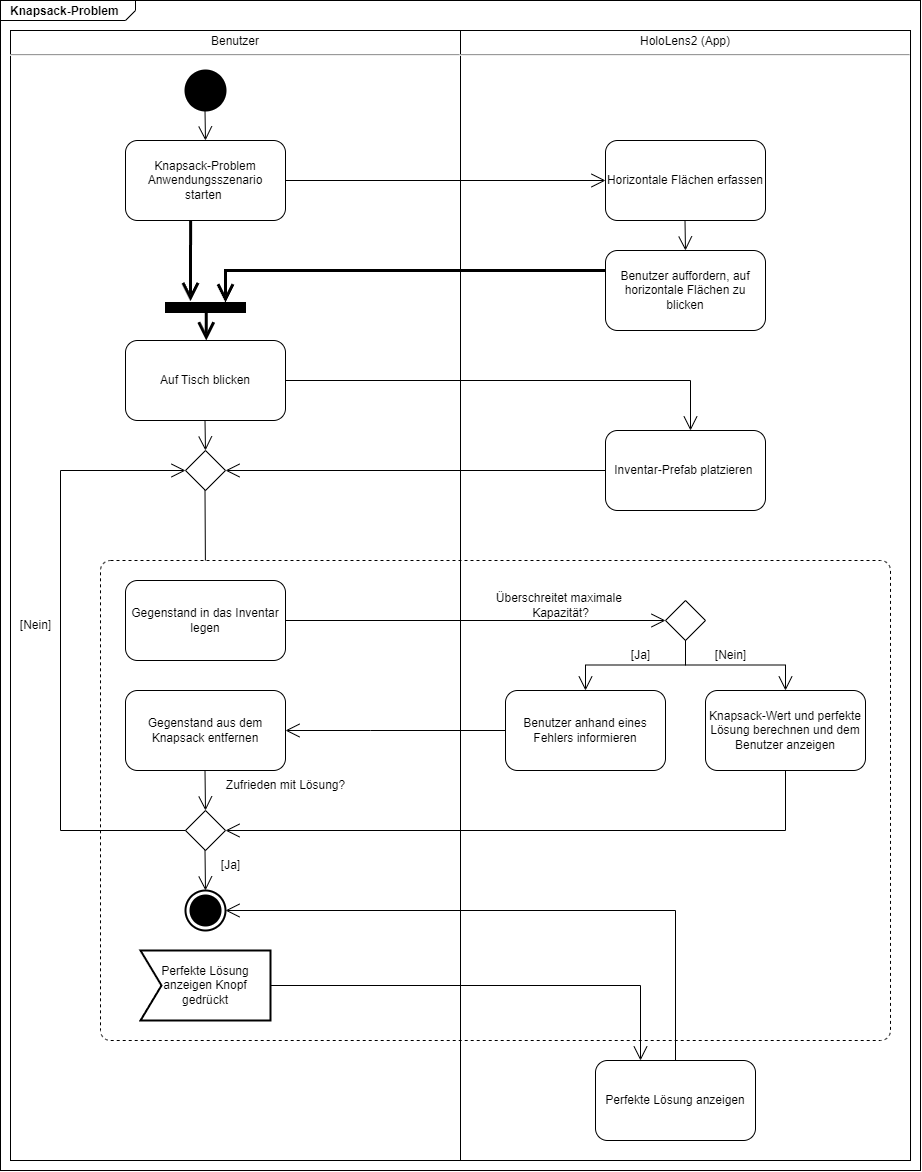
Before: images/Knapsack_Ablauf.png, a diagram exported from draw.io (MoritzSkrepek/Diplomschrift). Source tidied: cells renumbered, new cells last; positions are measured from the earlier drawing's top-left corner, leaving out a move shared by most shapes.
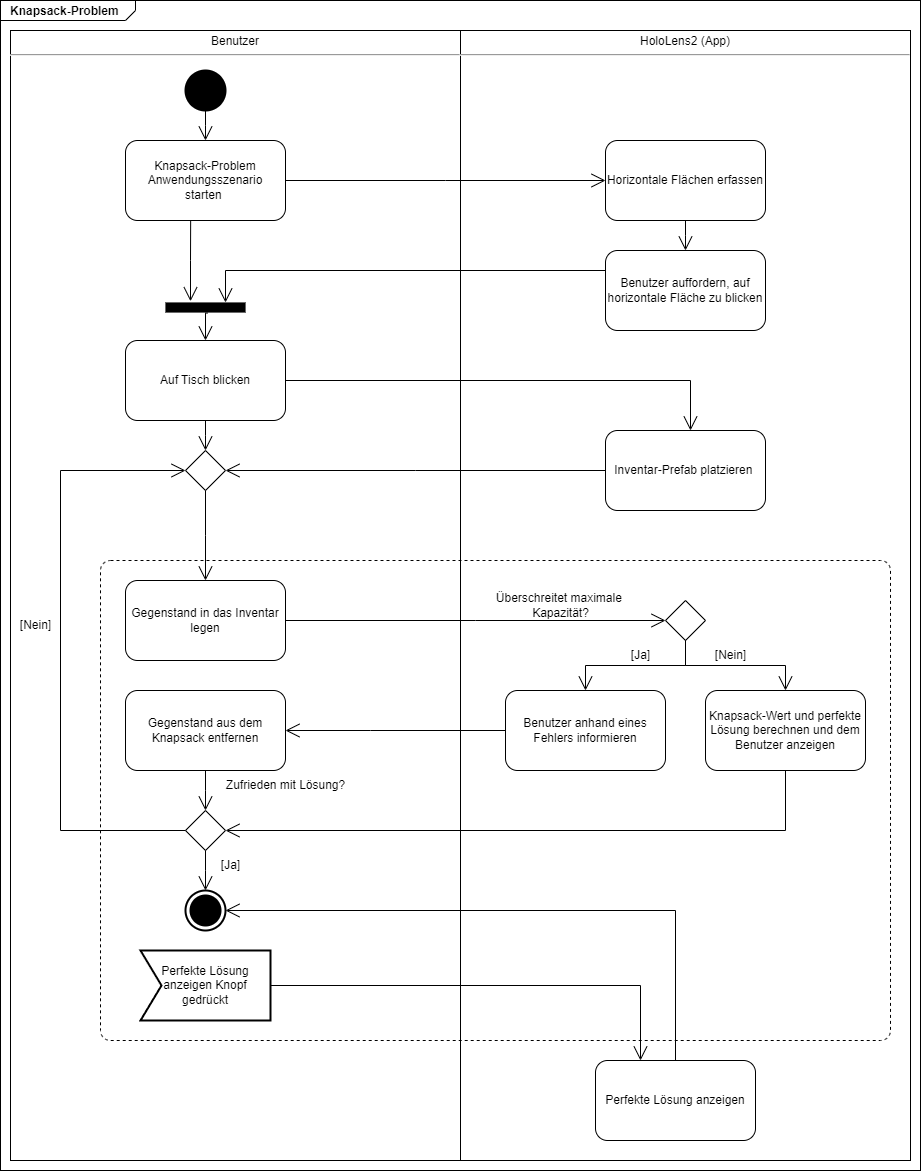
Later version of the same file.

Commit message:
Seref meinte Striche sind zu dick mimimimi

What changed in the source:
```diff
@@ -23,7 +23,7 @@
     <mxCell id="8" value="Horizontale Flächen erfassen" style="shape=rect;html=1;rounded=1;whiteSpace=wrap;align=center;" parent="1" vertex="1">
       <mxGeometry x="605" y="140" width="160" height="80" as="geometry" />
     </mxCell>
-    <mxCell id="9" value="Benutzer auffordern, auf horizontale Flächen zu blicken" style="shape=rect;html=1;rounded=1;whiteSpace=wrap;align=center;" parent="1" vertex="1">
+    <mxCell id="9" value="Benutzer auffordern, auf horizontale Fläche zu blicken" style="shape=rect;html=1;rounded=1;whiteSpace=wrap;align=center;" parent="1" vertex="1">
       <mxGeometry x="605" y="250" width="160" height="80" as="geometry" />
     </mxCell>
     <mxCell id="10" value="Auf Tisch blicken" style="shape=rect;html=1;rounded=1;whiteSpace=wrap;align=center;" parent="1" vertex="1">
@@ -58,22 +58,23 @@
     <mxCell id="18" style="edgeStyle=elbowEdgeStyle;html=1;elbow=horizontal;align=right;verticalAlign=bottom;endArrow=none;rounded=0;labelBackgroundColor=none;startArrow=open;startSize=12;entryX=1;entryY=0.5;entryDx=0;entryDy=0;exitX=0;exitY=0.5;exitDx=0;exitDy=0;" parent="1" edge="1" source="8" target="7">
       <mxGeometry relative="1" as="geometry" />
     </mxCell>
-    <mxCell id="19" style="edgeStyle=elbowEdgeStyle;html=1;elbow=horizontal;align=right;verticalAlign=bottom;endArrow=none;rounded=0;labelBackgroundColor=none;startArrow=open;startSize=12;entryX=0.5;entryY=1;entryDx=0;entryDy=0;exitX=0.5;exitY=0;exitDx=0;exitDy=0;" parent="1" edge="1" source="25" target="13">
-      <mxGeometry relative="1" as="geometry" />
-    </mxCell>
-    <mxCell id="20" style="shape=rect;html=1;fillColor=strokeColor;verticalLabelPosition=bottom;labelBackgroundColor=#ffffff;verticalAlign=top;direction=west;rotation=90;" parent="1" vertex="1">
+    <mxCell id="20" style="shape=rect;html=1;fillColor=strokeColor;verticalLabelPosition=bottom;labelBackgroundColor=#ffffff;verticalAlign=top;direction=west;rotation=90;strokeWidth=0;" parent="1" vertex="1">
       <mxGeometry x="200" y="267" width="10" height="80" as="geometry" />
     </mxCell>
-    <mxCell id="21" style="edgeStyle=elbowEdgeStyle;html=1;elbow=horizontal;rounded=0;endArrow=open;strokeWidth=3;endSize=12;exitX=-0.058;exitY=0.525;exitDx=0;exitDy=0;exitPerimeter=0;entryX=0.5;entryY=0;entryDx=0;entryDy=0;" parent="1" edge="1" source="20" target="10">
-      <mxGeometry relative="1" as="geometry" />
+    <mxCell id="21" style="edgeStyle=elbowEdgeStyle;html=1;elbow=horizontal;rounded=0;endArrow=open;strokeWidth=1;endSize=12;exitX=-0.058;exitY=0.525;exitDx=0;exitDy=0;exitPerimeter=0;entryX=0.5;entryY=0;entryDx=0;entryDy=0;" parent="1" edge="1" source="20" target="10">
+      <mxGeometry relative="1" as="geometry">
+        <Array as="points">
+          <mxPoint x="205" y="320" />
+        </Array>
+      </mxGeometry>
     </mxCell>
-    <mxCell id="22" style="edgeStyle=elbowEdgeStyle;html=1;elbow=vertical;startArrow=open;endArrow=none;rounded=0;strokeWidth=3;startSize=12;entryX=0.5;entryY=1;entryDx=0;entryDy=0;exitX=0.314;exitY=0.523;exitDx=0;exitDy=0;entryPerimeter=0;exitPerimeter=0;" parent="1" edge="1">
+    <mxCell id="22" style="edgeStyle=elbowEdgeStyle;html=1;elbow=vertical;startArrow=open;endArrow=none;rounded=0;strokeWidth=1;startSize=12;entryX=0.5;entryY=1;entryDx=0;entryDy=0;exitX=0.314;exitY=0.523;exitDx=0;exitDy=0;entryPerimeter=0;exitPerimeter=0;" parent="1" edge="1">
       <mxGeometry relative="1" as="geometry">
         <mxPoint x="190" y="300.7" as="sourcePoint" />
         <mxPoint x="190.2" y="220" as="targetPoint" />
       </mxGeometry>
     </mxCell>
-    <mxCell id="23" style="edgeStyle=elbowEdgeStyle;html=1;elbow=vertical;startArrow=open;endArrow=none;rounded=0;strokeWidth=3;startSize=12;entryX=0;entryY=0.25;entryDx=0;entryDy=0;exitX=1;exitY=0.75;exitDx=0;exitDy=0;" parent="1" edge="1" source="20" target="9">
+    <mxCell id="23" style="edgeStyle=elbowEdgeStyle;html=1;elbow=vertical;startArrow=open;endArrow=none;rounded=0;strokeWidth=1;startSize=12;entryX=0;entryY=0.25;entryDx=0;entryDy=0;exitX=1;exitY=0.75;exitDx=0;exitDy=0;" parent="1" edge="1" source="20" target="9">
       <mxGeometry relative="1" as="geometry">
         <Array as="points">
           <mxPoint x="380" y="270" />
@@ -181,5 +182,8 @@
         </Array>
       </mxGeometry>
     </mxCell>
+    <mxCell id="19" style="edgeStyle=elbowEdgeStyle;html=1;elbow=horizontal;align=right;verticalAlign=bottom;endArrow=none;rounded=0;labelBackgroundColor=none;startArrow=open;startSize=12;entryX=0.5;entryY=1;entryDx=0;entryDy=0;exitX=0.5;exitY=0;exitDx=0;exitDy=0;" parent="1" edge="1" source="25" target="13">
+      <mxGeometry relative="1" as="geometry" />
+    </mxCell>
   </root>
 </mxGraphModel>
```
